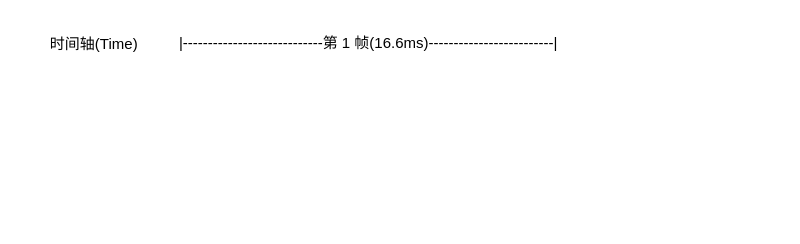
xiaodongYao/DrawIO keeps this draw.io diagram as ruankao.drawio. Above is the earlier version. Source tidied: cells renumbered, new cells numbered last; positions are measured from the earlier drawing's top-left corner, leaving out a move shared by most shapes. Both pictures are drawn from the tidied source at 125%, with x=0, y=0 at pixel (42, 25).
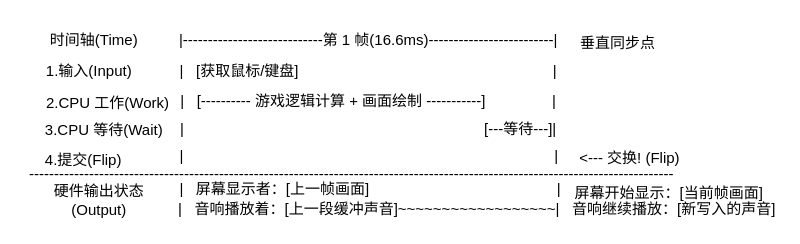
Above is the later version.

The edit, as a diff of the source:
```diff
@@
 <mxGraphModel>
   <root>
     <mxCell id="0" />
     <mxCell id="1" parent="0" />
     <mxCell id="2" value="时间轴(Time)" style="text;html=1;whiteSpace=wrap;strokeColor=none;fillColor=none;align=center;verticalAlign=middle;rounded=0;" parent="1" vertex="1">
-      <mxGeometry width="82" height="30" as="geometry" />
+      <mxGeometry y="-3" width="82" height="30" as="geometry" />
     </mxCell>
     <mxCell id="3" value="|----------------------------第 1 帧(16.6ms)-------------------------|" style="text;html=1;whiteSpace=wrap;strokeColor=none;fillColor=none;align=center;verticalAlign=middle;rounded=0;" parent="1" vertex="1">
-      <mxGeometry x="102" width="317" height="27" as="geometry" />
+      <mxGeometry x="102" y="-1.5" width="317" height="27" as="geometry" />
     </mxCell>
+    <mxCell id="4" value="垂直同步点" style="text;html=1;whiteSpace=wrap;strokeColor=none;fillColor=none;align=center;verticalAlign=middle;rounded=0;" parent="1" vertex="1">
+      <mxGeometry x="419" y="-1.5" width="82" height="30" as="geometry" />
+    </mxCell>
+    <mxCell id="5" value="1.输入(Input)" style="text;html=1;whiteSpace=wrap;strokeColor=none;fillColor=none;align=center;verticalAlign=middle;rounded=0;" parent="1" vertex="1">
+      <mxGeometry x="-4" y="22" width="82" height="30" as="geometry" />
+    </mxCell>
+    <mxCell id="6" value="|&amp;nbsp; &amp;nbsp;[获取鼠标/键盘]&amp;nbsp; &amp;nbsp; &amp;nbsp; &amp;nbsp; &amp;nbsp; &amp;nbsp; &amp;nbsp; &amp;nbsp; &amp;nbsp; &amp;nbsp; &amp;nbsp; &amp;nbsp; &amp;nbsp; &amp;nbsp; &amp;nbsp; &amp;nbsp; &amp;nbsp; &amp;nbsp; &amp;nbsp; &amp;nbsp; &amp;nbsp; &amp;nbsp; &amp;nbsp; &amp;nbsp; &amp;nbsp; &amp;nbsp; &amp;nbsp; &amp;nbsp; &amp;nbsp; &amp;nbsp; &amp;nbsp;|" style="text;html=1;whiteSpace=wrap;strokeColor=none;fillColor=none;align=center;verticalAlign=middle;rounded=0;" parent="1" vertex="1">
+      <mxGeometry x="102" y="23.5" width="317" height="27" as="geometry" />
+    </mxCell>
+    <mxCell id="7" value="2.CPU 工作(Work)" style="text;html=1;whiteSpace=wrap;strokeColor=none;fillColor=none;align=center;verticalAlign=middle;rounded=0;" parent="1" vertex="1">
+      <mxGeometry y="47" width="104" height="30" as="geometry" />
+    </mxCell>
+    <mxCell id="8" value="|&amp;nbsp; &amp;nbsp;[---------- 游戏逻辑计算 + 画面绘制 -----------]&amp;nbsp; &amp;nbsp; &amp;nbsp; &amp;nbsp; &amp;nbsp; &amp;nbsp; &amp;nbsp; &amp;nbsp; |" style="text;html=1;whiteSpace=wrap;strokeColor=none;fillColor=none;align=center;verticalAlign=middle;rounded=0;" parent="1" vertex="1">
+      <mxGeometry x="102" y="47" width="317" height="27" as="geometry" />
+    </mxCell>
+    <mxCell id="9" value="3.CPU 等待(Wait)" style="text;html=1;whiteSpace=wrap;strokeColor=none;fillColor=none;align=center;verticalAlign=middle;rounded=0;" parent="1" vertex="1">
+      <mxGeometry y="69" width="98" height="30" as="geometry" />
+    </mxCell>
+    <mxCell id="10" value="|&amp;nbsp; &amp;nbsp; &amp;nbsp; &amp;nbsp; &amp;nbsp; &amp;nbsp; &amp;nbsp; &amp;nbsp; &amp;nbsp; &amp;nbsp; &amp;nbsp; &amp;nbsp; &amp;nbsp; &amp;nbsp; &amp;nbsp; &amp;nbsp; &amp;nbsp; &amp;nbsp; &amp;nbsp; &amp;nbsp; &amp;nbsp; &amp;nbsp; &amp;nbsp; &amp;nbsp; &amp;nbsp; &amp;nbsp; &amp;nbsp; &amp;nbsp; &amp;nbsp; &amp;nbsp; &amp;nbsp; &amp;nbsp; &amp;nbsp; &amp;nbsp; &amp;nbsp; &amp;nbsp; [---等待---]|" style="text;html=1;whiteSpace=wrap;strokeColor=none;fillColor=none;align=center;verticalAlign=middle;rounded=0;" parent="1" vertex="1">
+      <mxGeometry x="102" y="69" width="317" height="27" as="geometry" />
+    </mxCell>
+    <mxCell id="11" value="4.提交(Flip)" style="text;html=1;whiteSpace=wrap;strokeColor=none;fillColor=none;align=center;verticalAlign=middle;rounded=0;" parent="1" vertex="1">
+      <mxGeometry y="93" width="65" height="30" as="geometry" />
+    </mxCell>
+    <mxCell id="12" value="---------------------------------------------------------------------------------------------------------------------------------" style="text;html=1;whiteSpace=wrap;strokeColor=none;fillColor=none;align=center;verticalAlign=middle;rounded=0;" parent="1" vertex="1">
+      <mxGeometry x="-17" y="111" width="528" height="16" as="geometry" />
+    </mxCell>
+    <mxCell id="13" value="|&amp;nbsp; &amp;nbsp; &amp;nbsp; &amp;nbsp; &amp;nbsp; &amp;nbsp; &amp;nbsp; &amp;nbsp; &amp;nbsp; &amp;nbsp; &amp;nbsp; &amp;nbsp; &amp;nbsp; &amp;nbsp; &amp;nbsp; &amp;nbsp; &amp;nbsp; &amp;nbsp; &amp;nbsp; &amp;nbsp; &amp;nbsp; &amp;nbsp; &amp;nbsp; &amp;nbsp; &amp;nbsp; &amp;nbsp; &amp;nbsp; &amp;nbsp; &amp;nbsp; &amp;nbsp; &amp;nbsp; &amp;nbsp; &amp;nbsp; &amp;nbsp; &amp;nbsp; &amp;nbsp; &amp;nbsp; &amp;nbsp; &amp;nbsp; &amp;nbsp; &amp;nbsp; &amp;nbsp; &amp;nbsp; &amp;nbsp; &amp;nbsp;|" style="text;html=1;whiteSpace=wrap;strokeColor=none;fillColor=none;align=center;verticalAlign=middle;rounded=0;" parent="1" vertex="1">
+      <mxGeometry x="104.5" y="91" width="312" height="27" as="geometry" />
+    </mxCell>
+    <mxCell id="14" value="&amp;lt;--- 交换! (Flip)" style="text;html=1;whiteSpace=wrap;strokeColor=none;fillColor=none;align=center;verticalAlign=middle;rounded=0;" parent="1" vertex="1">
+      <mxGeometry x="419" y="91" width="101" height="30" as="geometry" />
+    </mxCell>
+    <mxCell id="15" value="硬件输出状态&lt;div&gt;(Output)&lt;/div&gt;" style="text;html=1;whiteSpace=wrap;strokeColor=none;fillColor=none;align=center;verticalAlign=middle;rounded=0;" parent="1" vertex="1">
+      <mxGeometry y="125" width="90" height="30" as="geometry" />
+    </mxCell>
+    <mxCell id="16" value="|&amp;nbsp; &amp;nbsp;屏幕显示者：[上一帧画面]&amp;nbsp; &amp;nbsp; &amp;nbsp; &amp;nbsp; &amp;nbsp; &amp;nbsp; &amp;nbsp; &amp;nbsp; &amp;nbsp; &amp;nbsp; &amp;nbsp; &amp;nbsp; &amp;nbsp; &amp;nbsp; &amp;nbsp; &amp;nbsp; &amp;nbsp; &amp;nbsp; &amp;nbsp; &amp;nbsp; &amp;nbsp; &amp;nbsp; &amp;nbsp;|" style="text;html=1;whiteSpace=wrap;strokeColor=none;fillColor=none;align=center;verticalAlign=middle;rounded=0;" parent="1" vertex="1">
+      <mxGeometry x="107" y="121" width="310" height="20" as="geometry" />
+    </mxCell>
+    <mxCell id="17" value="|&amp;nbsp; &amp;nbsp;音响播放着：[上一段缓冲声音]~~~~~~~~~~~~~~~~~~|" style="text;html=1;whiteSpace=wrap;strokeColor=none;fillColor=none;align=center;verticalAlign=middle;rounded=0;" parent="1" vertex="1">
+      <mxGeometry x="103.5" y="136" width="314" height="22" as="geometry" />
+    </mxCell>
+    <mxCell id="18" value="屏幕开始显示：[当前帧画面]" style="text;html=1;whiteSpace=wrap;strokeColor=none;fillColor=none;align=center;verticalAlign=middle;rounded=0;" parent="1" vertex="1">
+      <mxGeometry x="421" y="125" width="160" height="17" as="geometry" />
+    </mxCell>
+    <mxCell id="19" value="音响继续播放：[新写入的声音]" style="text;html=1;whiteSpace=wrap;strokeColor=none;fillColor=none;align=center;verticalAlign=middle;rounded=0;" parent="1" vertex="1">
+      <mxGeometry x="421" y="138.5" width="168" height="17" as="geometry" />
+    </mxCell>
   </root>
 </mxGraphModel>
```
